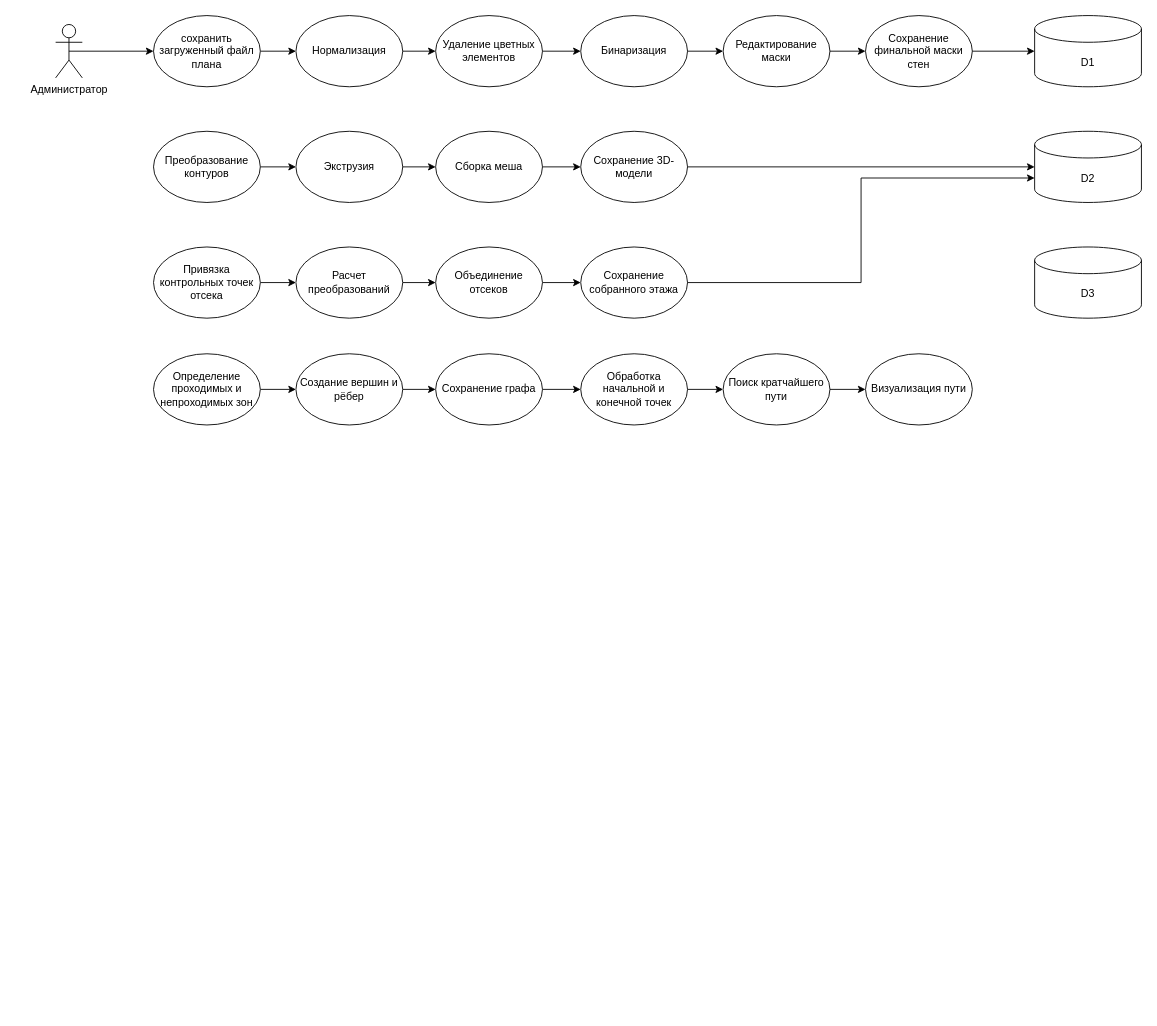
kapec2303/Diplom_pictures keeps this draw.io diagram as DPD.drawio. Above is the earlier version. Source tidied: cells renumbered, new cells numbered last; positions are measured from the earlier drawing's top-left corner, leaving out a move shared by most shapes. Both pictures are drawn from the tidied source at 89%, with x=0, y=0 at pixel (55, 15).
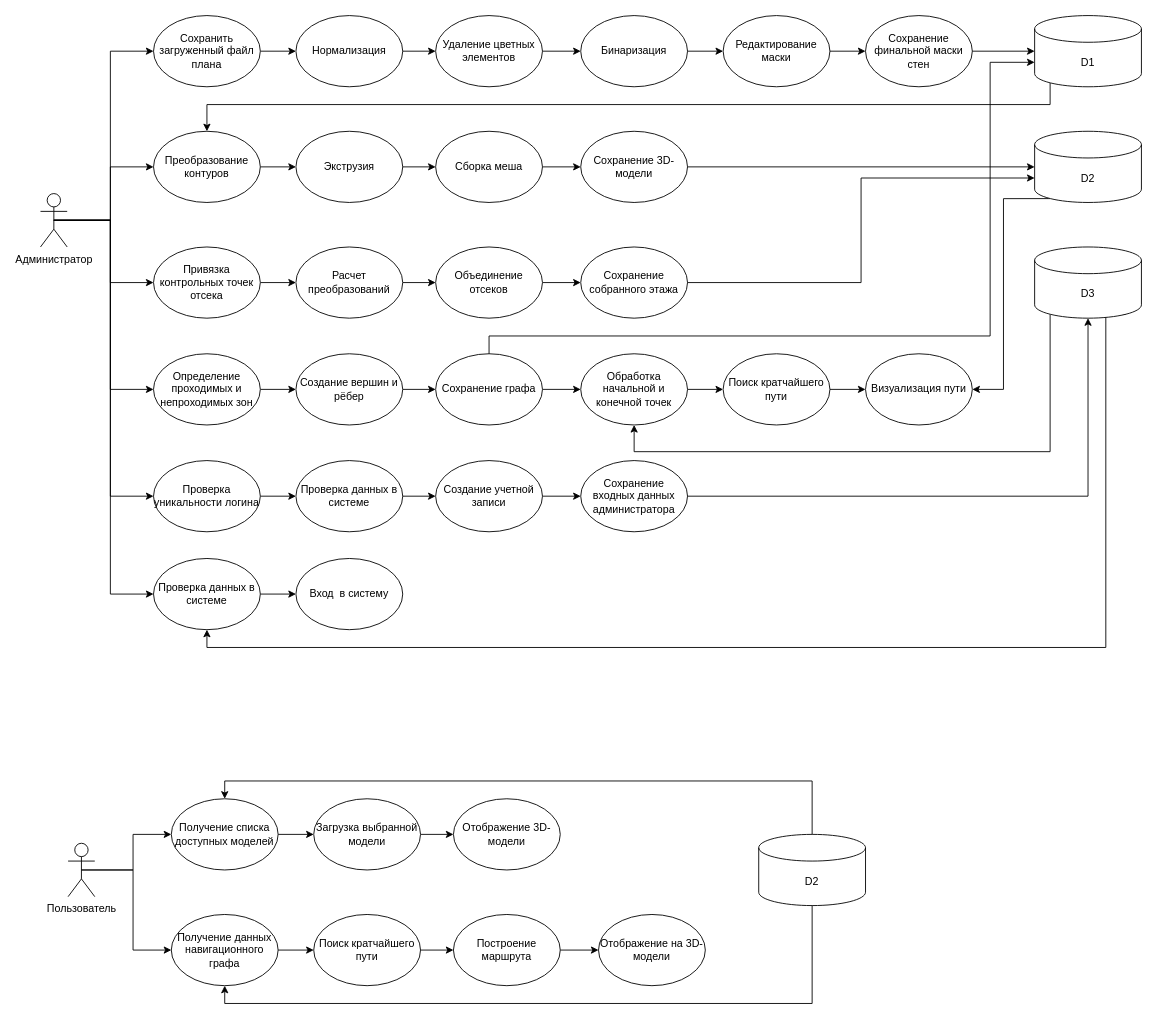
After the change.

Unchanged cells that the change refers to:
```xml
<mxCell id="16" value="Преобразование контуров" style="ellipse;whiteSpace=wrap;html=1;" parent="1" vertex="1">
  <mxGeometry x="110" y="130" width="120" height="80" as="geometry" />
</mxCell>
<mxCell id="25" value="Привязка контрольных точек отсека" style="ellipse;whiteSpace=wrap;html=1;" parent="1" vertex="1">
  <mxGeometry x="110" y="260" width="120" height="80" as="geometry" />
</mxCell>
<mxCell id="32" value="Определение проходимых и непроходимых зон" style="ellipse;whiteSpace=wrap;html=1;" parent="1" vertex="1">
  <mxGeometry x="110" y="380" width="120" height="80" as="geometry" />
</mxCell>
<mxCell id="36" value="Сохранение графа" style="ellipse;whiteSpace=wrap;html=1;" parent="1" vertex="1">
  <mxGeometry x="427" y="380" width="120" height="80" as="geometry" />
</mxCell>
<mxCell id="38" value="Обработка начальной и конечной точек" style="ellipse;whiteSpace=wrap;html=1;" parent="1" vertex="1">
  <mxGeometry x="590" y="380" width="120" height="80" as="geometry" />
</mxCell>
<mxCell id="41" value="Визуализация пути" style="ellipse;whiteSpace=wrap;html=1;" parent="1" vertex="1">
  <mxGeometry x="910" y="380" width="120" height="80" as="geometry" />
</mxCell>
<mxCell id="42" value="D1" style="shape=cylinder3;whiteSpace=wrap;html=1;boundedLbl=1;backgroundOutline=1;size=15;" parent="1" vertex="1">
  <mxGeometry x="1100" width="120" height="80" as="geometry" />
</mxCell>
<mxCell id="43" value="D2" style="shape=cylinder3;whiteSpace=wrap;html=1;boundedLbl=1;backgroundOutline=1;size=15;" parent="1" vertex="1">
  <mxGeometry x="1100" y="130" width="120" height="80" as="geometry" />
</mxCell>
<mxCell id="44" value="D3" style="shape=cylinder3;whiteSpace=wrap;html=1;boundedLbl=1;backgroundOutline=1;size=15;" parent="1" vertex="1">
  <mxGeometry x="1100" y="260" width="120" height="80" as="geometry" />
</mxCell>
```

What changed in the source:
```diff
@@
+    <mxCell id="47" style="edgeStyle=orthogonalEdgeStyle;rounded=0;jettySize=auto;html=1;exitX=0.5;exitY=0.5;exitDx=0;exitDy=0;exitPerimeter=0;entryX=0;entryY=0.5;entryDx=0;entryDy=0;" parent="1" edge="1" source="2" target="16">
+      <mxGeometry relative="1" as="geometry" />
+    </mxCell>
+    <mxCell id="48" style="edgeStyle=orthogonalEdgeStyle;rounded=0;jettySize=auto;html=1;exitX=0.5;exitY=0.5;exitDx=0;exitDy=0;exitPerimeter=0;entryX=0;entryY=0.5;entryDx=0;entryDy=0;" parent="1" edge="1" source="2" target="25">
+      <mxGeometry relative="1" as="geometry" />
+    </mxCell>
+    <mxCell id="49" style="edgeStyle=orthogonalEdgeStyle;rounded=0;jettySize=auto;html=1;exitX=0.5;exitY=0.5;exitDx=0;exitDy=0;exitPerimeter=0;entryX=0;entryY=0.5;entryDx=0;entryDy=0;" parent="1" edge="1" source="2" target="32">
+      <mxGeometry relative="1" as="geometry" />
+    </mxCell>
+    <mxCell id="50" style="edgeStyle=orthogonalEdgeStyle;rounded=0;jettySize=auto;html=1;exitX=0.5;exitY=0.5;exitDx=0;exitDy=0;exitPerimeter=0;entryX=0;entryY=0.5;entryDx=0;entryDy=0;" parent="1" edge="1" source="2" target="58">
+      <mxGeometry relative="1" as="geometry" />
+    </mxCell>
+    <mxCell id="51" style="edgeStyle=orthogonalEdgeStyle;rounded=0;jettySize=auto;html=1;exitX=0.5;exitY=0.5;exitDx=0;exitDy=0;exitPerimeter=0;entryX=0;entryY=0.5;entryDx=0;entryDy=0;" parent="1" edge="1" source="2" target="66">
+      <mxGeometry relative="1" as="geometry" />
+    </mxCell>
     <mxCell id="2" value="Администратор" style="shape=umlActor;verticalLabelPosition=bottom;verticalAlign=top;html=1;outlineConnect=0;" parent="1" vertex="1">
-      <mxGeometry y="10" width="30" height="60" as="geometry" />
+      <mxGeometry x="-17" y="200" width="30" height="60" as="geometry" />
     </mxCell>
@@
-    <mxCell id="4" value="сохранить загруженный файл плана" style="ellipse;whiteSpace=wrap;html=1;" parent="1" vertex="1">
+    <mxCell id="4" value="Сохранить загруженный файл плана" style="ellipse;whiteSpace=wrap;html=1;" parent="1" vertex="1">
       <mxGeometry x="110" width="120" height="80" as="geometry" />
     </mxCell>
@@
+    <mxCell id="52" style="edgeStyle=orthogonalEdgeStyle;rounded=0;jettySize=auto;html=1;exitX=0.145;exitY=1;exitDx=0;exitDy=-4.35;exitPerimeter=0;entryX=0.5;entryY=0;entryDx=0;entryDy=0;" parent="1" edge="1" source="42" target="16">
+      <mxGeometry relative="1" as="geometry">
+        <Array as="points">
+          <mxPoint x="1117" y="100" />
+          <mxPoint x="170" y="100" />
+        </Array>
+      </mxGeometry>
+    </mxCell>
@@
+    <mxCell id="53" style="edgeStyle=orthogonalEdgeStyle;rounded=0;jettySize=auto;html=1;exitX=0.145;exitY=1;exitDx=0;exitDy=-4.35;exitPerimeter=0;entryX=1;entryY=0.5;entryDx=0;entryDy=0;" parent="1" edge="1" source="43" target="41">
+      <mxGeometry relative="1" as="geometry" />
+    </mxCell>
@@
+    <mxCell id="54" style="edgeStyle=orthogonalEdgeStyle;rounded=0;jettySize=auto;html=1;exitX=0.855;exitY=1;exitDx=0;exitDy=-4.35;exitPerimeter=0;entryX=0.5;entryY=1;entryDx=0;entryDy=0;" parent="1" edge="1" source="44" target="66">
+      <mxGeometry relative="1" as="geometry">
+        <Array as="points">
+          <mxPoint x="1180" y="336" />
+          <mxPoint x="1180" y="710" />
+          <mxPoint x="170" y="710" />
+        </Array>
+      </mxGeometry>
+    </mxCell>
+    <mxCell id="55" style="edgeStyle=orthogonalEdgeStyle;rounded=0;jettySize=auto;html=1;exitX=0.145;exitY=1;exitDx=0;exitDy=-4.35;exitPerimeter=0;entryX=0.5;entryY=1;entryDx=0;entryDy=0;" parent="1" edge="1" source="44" target="38">
+      <mxGeometry relative="1" as="geometry">
+        <Array as="points">
+          <mxPoint x="1117" y="490" />
+          <mxPoint x="650" y="490" />
+        </Array>
+      </mxGeometry>
+    </mxCell>
@@
+    <mxCell id="56" style="edgeStyle=orthogonalEdgeStyle;rounded=0;jettySize=auto;html=1;exitX=0.5;exitY=0;exitDx=0;exitDy=0;entryX=0;entryY=0;entryDx=0;entryDy=52.5;entryPerimeter=0;" parent="1" edge="1" source="36" target="42">
+      <mxGeometry relative="1" as="geometry">
+        <Array as="points">
+          <mxPoint x="487" y="360" />
+          <mxPoint x="1050" y="360" />
+          <mxPoint x="1050" y="52" />
+        </Array>
+      </mxGeometry>
+    </mxCell>
+    <mxCell id="57" style="edgeStyle=orthogonalEdgeStyle;rounded=0;jettySize=auto;html=1;exitX=1;exitY=0.5;exitDx=0;exitDy=0;entryX=0;entryY=0.5;entryDx=0;entryDy=0;" parent="1" edge="1" source="58" target="60">
+      <mxGeometry relative="1" as="geometry" />
+    </mxCell>
+    <mxCell id="58" value="Проверка уникальности логина" style="ellipse;whiteSpace=wrap;html=1;" parent="1" vertex="1">
+      <mxGeometry x="110" y="500" width="120" height="80" as="geometry" />
+    </mxCell>
+    <mxCell id="59" style="edgeStyle=orthogonalEdgeStyle;rounded=0;jettySize=auto;html=1;exitX=1;exitY=0.5;exitDx=0;exitDy=0;entryX=0;entryY=0.5;entryDx=0;entryDy=0;" parent="1" edge="1" source="60" target="62">
+      <mxGeometry relative="1" as="geometry" />
+    </mxCell>
+    <mxCell id="60" value="Проверка данных в системе" style="ellipse;whiteSpace=wrap;html=1;" parent="1" vertex="1">
+      <mxGeometry x="270" y="500" width="120" height="80" as="geometry" />
+    </mxCell>
+    <mxCell id="61" style="edgeStyle=orthogonalEdgeStyle;rounded=0;jettySize=auto;html=1;exitX=1;exitY=0.5;exitDx=0;exitDy=0;entryX=0;entryY=0.5;entryDx=0;entryDy=0;" parent="1" edge="1" source="62" target="63">
+      <mxGeometry relative="1" as="geometry" />
+    </mxCell>
+    <mxCell id="62" value="Создание учетной записи" style="ellipse;whiteSpace=wrap;html=1;" parent="1" vertex="1">
+      <mxGeometry x="427" y="500" width="120" height="80" as="geometry" />
+    </mxCell>
+    <mxCell id="63" value="Сохранение входных данных администратора" style="ellipse;whiteSpace=wrap;html=1;" parent="1" vertex="1">
+      <mxGeometry x="590" y="500" width="120" height="80" as="geometry" />
+    </mxCell>
+    <mxCell id="64" style="edgeStyle=orthogonalEdgeStyle;rounded=0;jettySize=auto;html=1;exitX=1;exitY=0.5;exitDx=0;exitDy=0;entryX=0.5;entryY=1;entryDx=0;entryDy=0;entryPerimeter=0;" parent="1" edge="1" source="63" target="44">
+      <mxGeometry relative="1" as="geometry" />
+    </mxCell>
+    <mxCell id="65" style="edgeStyle=orthogonalEdgeStyle;rounded=0;jettySize=auto;html=1;exitX=1;exitY=0.5;exitDx=0;exitDy=0;entryX=0;entryY=0.5;entryDx=0;entryDy=0;" parent="1" edge="1" source="66" target="67">
+      <mxGeometry relative="1" as="geometry" />
+    </mxCell>
+    <mxCell id="66" value="Проверка данных в системе" style="ellipse;whiteSpace=wrap;html=1;" parent="1" vertex="1">
+      <mxGeometry x="110" y="610" width="120" height="80" as="geometry" />
+    </mxCell>
+    <mxCell id="67" value="Вход&amp;nbsp; в систему" style="ellipse;whiteSpace=wrap;html=1;" parent="1" vertex="1">
+      <mxGeometry x="270" y="610" width="120" height="80" as="geometry" />
+    </mxCell>
+    <mxCell id="68" style="edgeStyle=orthogonalEdgeStyle;rounded=0;jettySize=auto;html=1;exitX=0.5;exitY=0.5;exitDx=0;exitDy=0;exitPerimeter=0;entryX=0;entryY=0.5;entryDx=0;entryDy=0;" parent="1" edge="1" source="70" target="72">
+      <mxGeometry relative="1" as="geometry" />
+    </mxCell>
+    <mxCell id="69" style="edgeStyle=orthogonalEdgeStyle;rounded=0;jettySize=auto;html=1;exitX=0.5;exitY=0.5;exitDx=0;exitDy=0;exitPerimeter=0;entryX=0;entryY=0.5;entryDx=0;entryDy=0;" parent="1" edge="1" source="70" target="77">
+      <mxGeometry relative="1" as="geometry" />
+    </mxCell>
+    <mxCell id="70" value="Пользователь" style="shape=umlActor;verticalLabelPosition=bottom;verticalAlign=top;html=1;outlineConnect=0;" parent="1" vertex="1">
+      <mxGeometry x="14" y="930" width="30" height="60" as="geometry" />
+    </mxCell>
+    <mxCell id="71" style="edgeStyle=orthogonalEdgeStyle;rounded=0;jettySize=auto;html=1;exitX=1;exitY=0.5;exitDx=0;exitDy=0;entryX=0;entryY=0.5;entryDx=0;entryDy=0;" parent="1" edge="1" source="72" target="74">
+      <mxGeometry relative="1" as="geometry" />
+    </mxCell>
+    <mxCell id="72" value="Получение списка доступных моделей" style="ellipse;whiteSpace=wrap;html=1;" parent="1" vertex="1">
+      <mxGeometry x="130" y="880" width="120" height="80" as="geometry" />
+    </mxCell>
+    <mxCell id="73" style="edgeStyle=orthogonalEdgeStyle;rounded=0;jettySize=auto;html=1;exitX=1;exitY=0.5;exitDx=0;exitDy=0;entryX=0;entryY=0.5;entryDx=0;entryDy=0;" parent="1" edge="1" source="74" target="75">
+      <mxGeometry relative="1" as="geometry" />
+    </mxCell>
+    <mxCell id="74" value="Загрузка выбранной модели" style="ellipse;whiteSpace=wrap;html=1;" parent="1" vertex="1">
+      <mxGeometry x="290" y="880" width="120" height="80" as="geometry" />
+    </mxCell>
+    <mxCell id="75" value="Отображение 3D-модели" style="ellipse;whiteSpace=wrap;html=1;" parent="1" vertex="1">
+      <mxGeometry x="447" y="880" width="120" height="80" as="geometry" />
+    </mxCell>
+    <mxCell id="76" style="edgeStyle=orthogonalEdgeStyle;rounded=0;jettySize=auto;html=1;exitX=1;exitY=0.5;exitDx=0;exitDy=0;entryX=0;entryY=0.5;entryDx=0;entryDy=0;" parent="1" edge="1" source="77" target="79">
+      <mxGeometry relative="1" as="geometry" />
+    </mxCell>
+    <mxCell id="77" value="Получение данных навигационного графа" style="ellipse;whiteSpace=wrap;html=1;" parent="1" vertex="1">
+      <mxGeometry x="130" y="1010" width="120" height="80" as="geometry" />
+    </mxCell>
+    <mxCell id="78" style="edgeStyle=orthogonalEdgeStyle;rounded=0;jettySize=auto;html=1;exitX=1;exitY=0.5;exitDx=0;exitDy=0;entryX=0;entryY=0.5;entryDx=0;entryDy=0;" parent="1" edge="1" source="79" target="81">
+      <mxGeometry relative="1" as="geometry" />
+    </mxCell>
+    <mxCell id="79" value="Поиск кратчайшего пути" style="ellipse;whiteSpace=wrap;html=1;" parent="1" vertex="1">
+      <mxGeometry x="290" y="1010" width="120" height="80" as="geometry" />
+    </mxCell>
+    <mxCell id="80" style="edgeStyle=orthogonalEdgeStyle;rounded=0;jettySize=auto;html=1;exitX=1;exitY=0.5;exitDx=0;exitDy=0;entryX=0;entryY=0.5;entryDx=0;entryDy=0;" parent="1" edge="1" source="81" target="82">
+      <mxGeometry relative="1" as="geometry" />
+    </mxCell>
+    <mxCell id="81" value="Построение маршрута" style="ellipse;whiteSpace=wrap;html=1;" parent="1" vertex="1">
+      <mxGeometry x="447" y="1010" width="120" height="80" as="geometry" />
+    </mxCell>
+    <mxCell id="82" value="Отображение на 3D-модели" style="ellipse;whiteSpace=wrap;html=1;" parent="1" vertex="1">
+      <mxGeometry x="610" y="1010" width="120" height="80" as="geometry" />
+    </mxCell>
+    <mxCell id="83" style="edgeStyle=orthogonalEdgeStyle;rounded=0;jettySize=auto;html=1;exitX=0.5;exitY=0;exitDx=0;exitDy=0;exitPerimeter=0;entryX=0.5;entryY=0;entryDx=0;entryDy=0;" parent="1" edge="1" source="85" target="72">
+      <mxGeometry relative="1" as="geometry" />
+    </mxCell>
+    <mxCell id="84" style="edgeStyle=orthogonalEdgeStyle;rounded=0;jettySize=auto;html=1;exitX=0.5;exitY=1;exitDx=0;exitDy=0;exitPerimeter=0;entryX=0.5;entryY=1;entryDx=0;entryDy=0;" parent="1" edge="1" source="85" target="77">
+      <mxGeometry relative="1" as="geometry" />
+    </mxCell>
+    <mxCell id="85" value="D2" style="shape=cylinder3;whiteSpace=wrap;html=1;boundedLbl=1;backgroundOutline=1;size=15;" parent="1" vertex="1">
+      <mxGeometry x="790" y="920" width="120" height="80" as="geometry" />
+    </mxCell>
```
